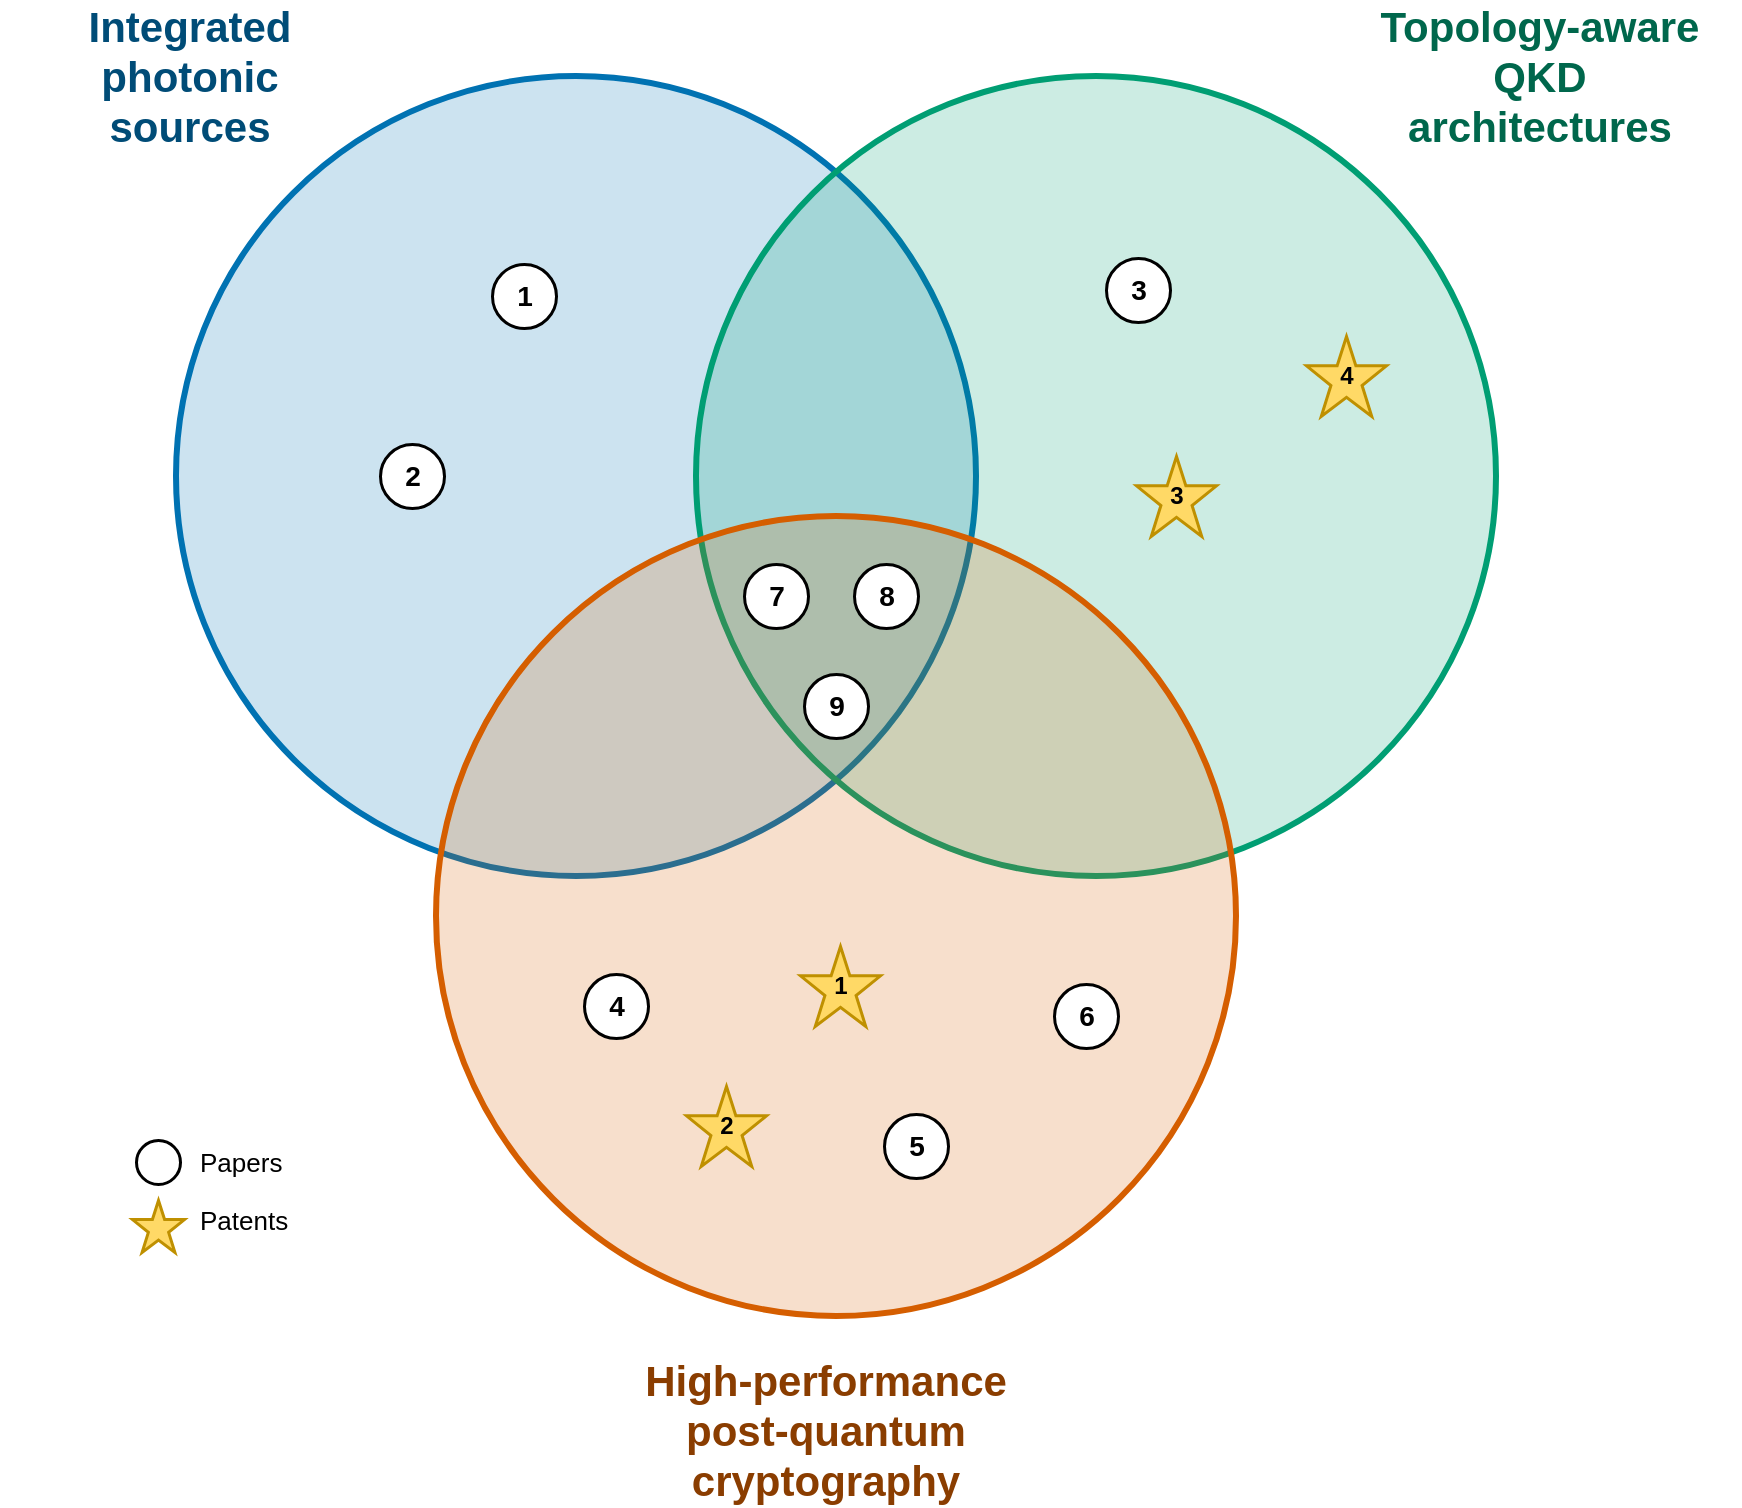
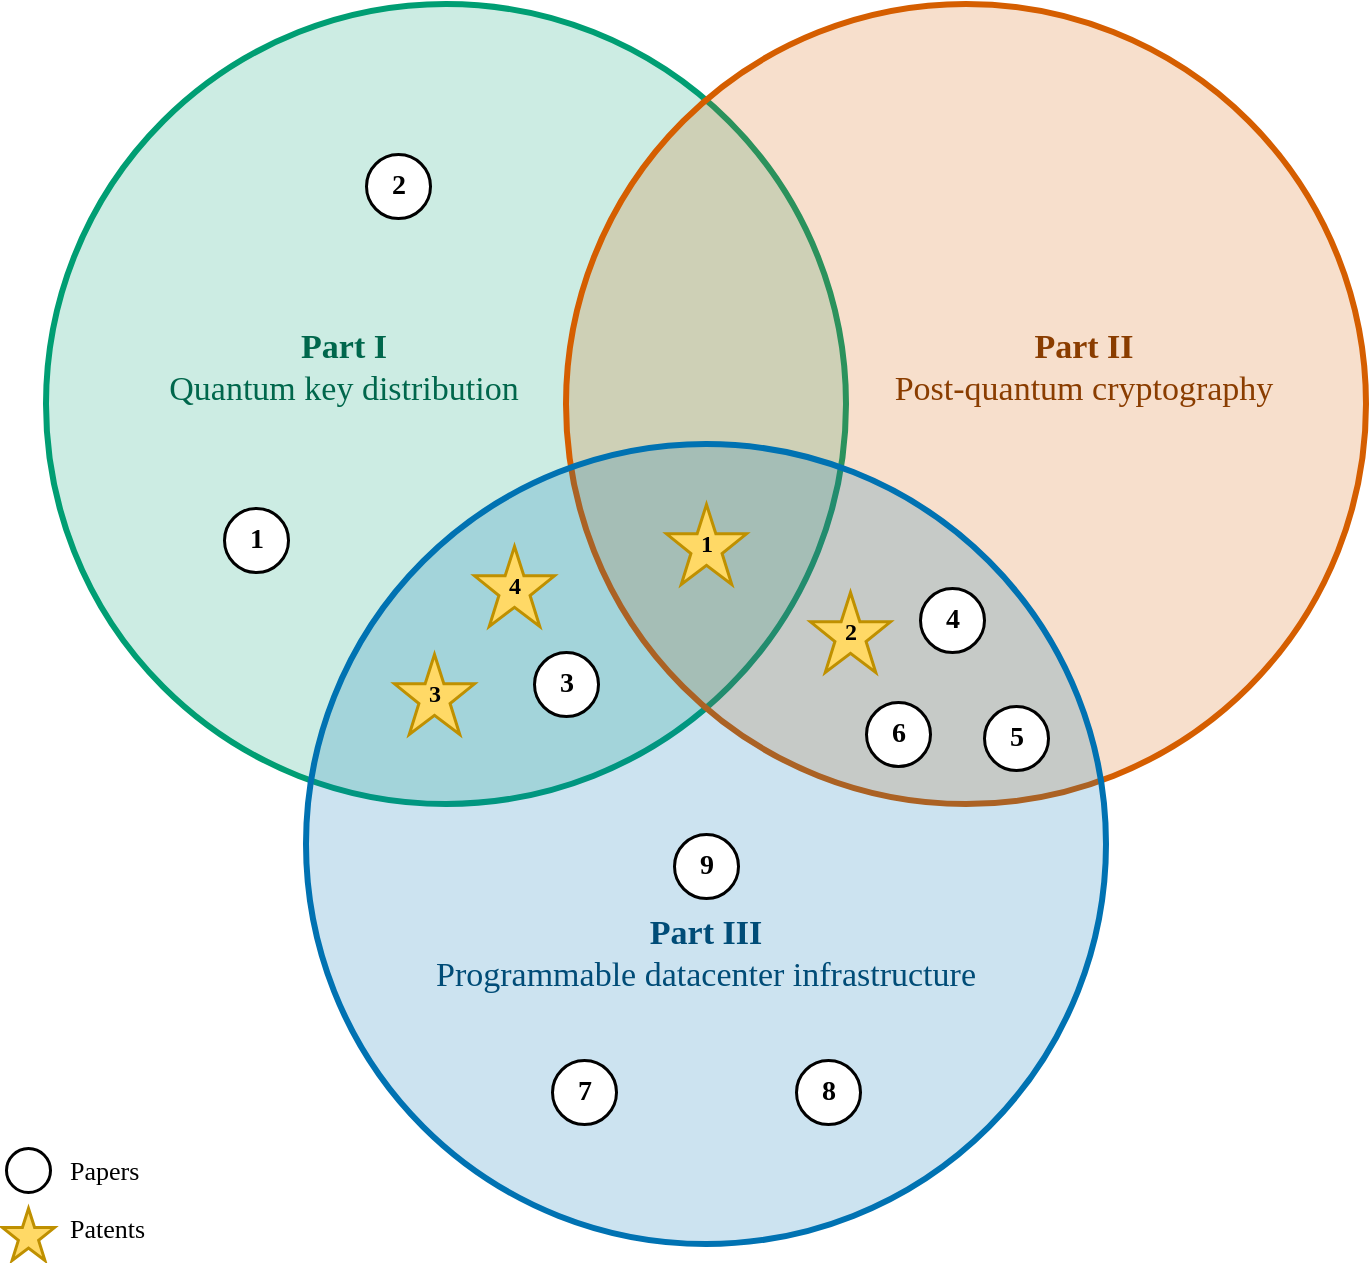
<mxfile host="65bd71144e">
-     <diagram name="pillar-venn" id="pillar-venn-1">
-         <mxGraphModel dx="704" dy="1200" grid="0" gridSize="10" guides="1" tooltips="1" connect="1" arrows="1" fold="1" page="1" pageScale="1" pageWidth="850" pageHeight="850" math="0" shadow="0">
+     <diagram name="pillar-venn-inside" id="pillar-venn-2">
+         <mxGraphModel dx="1398" dy="1200" grid="0" gridSize="10" guides="1" tooltips="1" connect="1" arrows="1" fold="1" page="1" pageScale="1" pageWidth="850" pageHeight="850" math="0" shadow="0">
            <root>
                <mxCell id="0"/>
                <mxCell id="1" parent="0"/>
-                 <mxCell id="circSrc" value="" style="ellipse;html=1;fillColor=#0072B2;fillOpacity=20;strokeColor=#0072B2;strokeWidth=3;" parent="1" vertex="1">
+                 <mxCell id="circQKD" value="" style="ellipse;html=1;fillColor=#009E73;fillOpacity=20;strokeColor=#009E73;strokeWidth=3;" parent="1" vertex="1">
                    <mxGeometry x="100" y="80" width="400" height="400" as="geometry"/>
                </mxCell>
-                 <mxCell id="circQKD" value="" style="ellipse;html=1;fillColor=#009E73;fillOpacity=20;strokeColor=#009E73;strokeWidth=3;" parent="1" vertex="1">
+                 <mxCell id="circPQC" value="" style="ellipse;html=1;fillColor=#D55E00;fillOpacity=20;strokeColor=#D55E00;strokeWidth=3;" parent="1" vertex="1">
                    <mxGeometry x="360" y="80" width="400" height="400" as="geometry"/>
                </mxCell>
-                 <mxCell id="circPQC" value="" style="ellipse;html=1;fillColor=#D55E00;fillOpacity=20;strokeColor=#D55E00;strokeWidth=3;" parent="1" vertex="1">
+                 <mxCell id="circInfra" value="" style="ellipse;html=1;fillColor=#0072B2;fillOpacity=20;strokeColor=#0072B2;strokeWidth=3;" vertex="1" parent="1">
                    <mxGeometry x="230" y="300" width="400" height="400" as="geometry"/>
                </mxCell>
-                 <mxCell id="titleSrc" value="Integrated photonic&#10;sources" style="text;html=1;align=center;verticalAlign=middle;fontStyle=1;fontSize=21;fontColor=#004C77;whiteSpace=wrap;letterSpacing=0.5;" parent="1" vertex="1">
-                     <mxGeometry x="12" y="55" width="190" height="50" as="geometry"/>
+                 <mxCell id="titleQKD" value="&lt;b&gt;Part I&lt;/b&gt;&#10;Quantum key distribution" style="text;html=1;align=center;verticalAlign=middle;fontStyle=0;fontSize=17;fontColor=#00674C;whiteSpace=wrap;letterSpacing=0.5;fontFamily=LMRoman10;" parent="1" vertex="1">
+                     <mxGeometry x="139" y="222" width="220" height="80" as="geometry"/>
                </mxCell>
-                 <mxCell id="titleQKD" value="Topology-aware QKD&#10;architectures" style="text;html=1;align=center;verticalAlign=middle;fontStyle=1;fontSize=21;fontColor=#00674C;whiteSpace=wrap;letterSpacing=0.5;" parent="1" vertex="1">
-                     <mxGeometry x="682" y="55" width="200" height="50" as="geometry"/>
+                 <mxCell id="titlePQC" value="&lt;b&gt;Part II&lt;/b&gt;&#10;Post-quantum cryptography" style="text;html=1;align=center;verticalAlign=middle;fontStyle=0;fontSize=17;fontColor=#8A3D00;whiteSpace=wrap;letterSpacing=0.5;fontFamily=LMRoman10;" parent="1" vertex="1">
+                     <mxGeometry x="509" y="222" width="220" height="80" as="geometry"/>
                </mxCell>
-                 <mxCell id="titlePQC" value="High-performance&#10;post-quantum cryptography" style="text;html=1;align=center;verticalAlign=middle;fontStyle=1;fontSize=21;fontColor=#8A3D00;whiteSpace=wrap;letterSpacing=0.5;" parent="1" vertex="1">
-                     <mxGeometry x="305" y="732" width="240" height="50" as="geometry"/>
+                 <mxCell id="titleInfra" value="&lt;b&gt;Part III&lt;/b&gt;&#10;Programmable datacenter infrastructure" style="text;html=1;align=center;verticalAlign=middle;fontStyle=0;fontSize=17;fontColor=#004C77;whiteSpace=wrap;letterSpacing=0.5;fontFamily=LMRoman10;" vertex="1" parent="1">
+                     <mxGeometry x="290" y="515" width="280" height="80" as="geometry"/>
                </mxCell>
-                 <mxCell id="m1" value="1" style="ellipse;html=1;fillColor=#FFFFFF;strokeColor=#000000;strokeWidth=1.5;fontStyle=1;fontSize=14;" parent="1" vertex="1">
-                     <mxGeometry x="258" y="174" width="32" height="32" as="geometry"/>
+                 <mxCell id="p1" value="1" style="ellipse;html=1;fillColor=#FFFFFF;strokeColor=#000000;strokeWidth=1.5;fontStyle=1;fontSize=14;fontFamily=LMRoman10;" vertex="1" parent="1">
+                     <mxGeometry x="189" y="332" width="32" height="32" as="geometry"/>
                </mxCell>
-                 <mxCell id="m2" value="2" style="ellipse;html=1;fillColor=#FFFFFF;strokeColor=#000000;strokeWidth=1.5;fontStyle=1;fontSize=14;" parent="1" vertex="1">
-                     <mxGeometry x="202" y="264" width="32" height="32" as="geometry"/>
+                 <mxCell id="p2" value="2" style="ellipse;html=1;fillColor=#FFFFFF;strokeColor=#000000;strokeWidth=1.5;fontStyle=1;fontSize=14;fontFamily=LMRoman10;" vertex="1" parent="1">
+                     <mxGeometry x="260" y="155" width="32" height="32" as="geometry"/>
                </mxCell>
-                 <mxCell id="m3" value="3" style="ellipse;html=1;fillColor=#FFFFFF;strokeColor=#000000;strokeWidth=1.5;fontStyle=1;fontSize=14;" parent="1" vertex="1">
-                     <mxGeometry x="565" y="171" width="32" height="32" as="geometry"/>
+                 <mxCell id="p3" value="3" style="ellipse;html=1;fillColor=#FFFFFF;strokeColor=#000000;strokeWidth=1.5;fontStyle=1;fontSize=14;fontFamily=LMRoman10;" vertex="1" parent="1">
+                     <mxGeometry x="344" y="404" width="32" height="32" as="geometry"/>
                </mxCell>
-                 <mxCell id="m4" value="4" style="ellipse;html=1;fillColor=#FFFFFF;strokeColor=#000000;strokeWidth=1.5;fontStyle=1;fontSize=14;" parent="1" vertex="1">
-                     <mxGeometry x="304" y="529" width="32" height="32" as="geometry"/>
+                 <mxCell id="p4" value="4" style="ellipse;html=1;fillColor=#FFFFFF;strokeColor=#000000;strokeWidth=1.5;fontStyle=1;fontSize=14;fontFamily=LMRoman10;" vertex="1" parent="1">
+                     <mxGeometry x="537" y="372" width="32" height="32" as="geometry"/>
                </mxCell>
-                 <mxCell id="m5" value="5" style="ellipse;html=1;fillColor=#FFFFFF;strokeColor=#000000;strokeWidth=1.5;fontStyle=1;fontSize=14;" parent="1" vertex="1">
-                     <mxGeometry x="454" y="599" width="32" height="32" as="geometry"/>
+                 <mxCell id="p5" value="5" style="ellipse;html=1;fillColor=#FFFFFF;strokeColor=#000000;strokeWidth=1.5;fontStyle=1;fontSize=14;fontFamily=LMRoman10;" vertex="1" parent="1">
+                     <mxGeometry x="569" y="431" width="32" height="32" as="geometry"/>
                </mxCell>
-                 <mxCell id="m6" value="6" style="ellipse;html=1;fillColor=#FFFFFF;strokeColor=#000000;strokeWidth=1.5;fontStyle=1;fontSize=14;" parent="1" vertex="1">
-                     <mxGeometry x="539" y="534" width="32" height="32" as="geometry"/>
+                 <mxCell id="p6" value="6" style="ellipse;html=1;fillColor=#FFFFFF;strokeColor=#000000;strokeWidth=1.5;fontStyle=1;fontSize=14;fontFamily=LMRoman10;" vertex="1" parent="1">
+                     <mxGeometry x="510" y="429" width="32" height="32" as="geometry"/>
                </mxCell>
-                 <mxCell id="m7" value="7" style="ellipse;html=1;fillColor=#FFFFFF;strokeColor=#000000;strokeWidth=1.5;fontStyle=1;fontSize=14;" parent="1" vertex="1">
-                     <mxGeometry x="384" y="324" width="32" height="32" as="geometry"/>
+                 <mxCell id="p7" value="7" style="ellipse;html=1;fillColor=#FFFFFF;strokeColor=#000000;strokeWidth=1.5;fontStyle=1;fontSize=14;fontFamily=LMRoman10;" vertex="1" parent="1">
+                     <mxGeometry x="353" y="608" width="32" height="32" as="geometry"/>
                </mxCell>
-                 <mxCell id="m8" value="8" style="ellipse;html=1;fillColor=#FFFFFF;strokeColor=#000000;strokeWidth=1.5;fontStyle=1;fontSize=14;" parent="1" vertex="1">
-                     <mxGeometry x="439" y="324" width="32" height="32" as="geometry"/>
+                 <mxCell id="p8" value="8" style="ellipse;html=1;fillColor=#FFFFFF;strokeColor=#000000;strokeWidth=1.5;fontStyle=1;fontSize=14;fontFamily=LMRoman10;" vertex="1" parent="1">
+                     <mxGeometry x="475" y="608" width="32" height="32" as="geometry"/>
                </mxCell>
-                 <mxCell id="m9" value="9" style="ellipse;html=1;fillColor=#FFFFFF;strokeColor=#000000;strokeWidth=1.5;fontStyle=1;fontSize=14;" parent="1" vertex="1">
-                     <mxGeometry x="414" y="379" width="32" height="32" as="geometry"/>
+                 <mxCell id="p9" value="9" style="ellipse;html=1;fillColor=#FFFFFF;strokeColor=#000000;strokeWidth=1.5;fontStyle=1;fontSize=14;fontFamily=LMRoman10;" vertex="1" parent="1">
+                     <mxGeometry x="414" y="495" width="32" height="32" as="geometry"/>
                </mxCell>
-                 <mxCell id="i1" value="1" style="shape=mxgraph.basic.star;html=1;fillColor=#FFD966;strokeColor=#BF9000;strokeWidth=1.5;fontStyle=1;fontSize=12;verticalLabelPosition=middle;verticalAlign=middle;" parent="1" vertex="1">
-                     <mxGeometry x="412" y="515" width="40" height="40" as="geometry"/>
+                 <mxCell id="s1" value="1" style="shape=mxgraph.basic.star;html=1;fillColor=#FFD966;strokeColor=#BF9000;strokeWidth=1.5;fontStyle=1;fontSize=12;verticalLabelPosition=middle;verticalAlign=middle;fontFamily=LMRoman10;" vertex="1" parent="1">
+                     <mxGeometry x="410" y="330" width="40" height="40" as="geometry"/>
                </mxCell>
-                 <mxCell id="i2" value="2" style="shape=mxgraph.basic.star;html=1;fillColor=#FFD966;strokeColor=#BF9000;strokeWidth=1.5;fontStyle=1;fontSize=12;verticalLabelPosition=middle;verticalAlign=middle;" parent="1" vertex="1">
-                     <mxGeometry x="355" y="585" width="40" height="40" as="geometry"/>
+                 <mxCell id="s2" value="2" style="shape=mxgraph.basic.star;html=1;fillColor=#FFD966;strokeColor=#BF9000;strokeWidth=1.5;fontStyle=1;fontSize=12;verticalLabelPosition=middle;verticalAlign=middle;fontFamily=LMRoman10;" vertex="1" parent="1">
+                     <mxGeometry x="482" y="374" width="40" height="40" as="geometry"/>
                </mxCell>
-                 <mxCell id="i3" value="3" style="shape=mxgraph.basic.star;html=1;fillColor=#FFD966;strokeColor=#BF9000;strokeWidth=1.5;fontStyle=1;fontSize=12;verticalLabelPosition=middle;verticalAlign=middle;" parent="1" vertex="1">
-                     <mxGeometry x="580" y="270" width="40" height="40" as="geometry"/>
+                 <mxCell id="s3" value="3" style="shape=mxgraph.basic.star;html=1;fillColor=#FFD966;strokeColor=#BF9000;strokeWidth=1.5;fontStyle=1;fontSize=12;verticalLabelPosition=middle;verticalAlign=middle;fontFamily=LMRoman10;" vertex="1" parent="1">
+                     <mxGeometry x="274" y="405" width="40" height="40" as="geometry"/>
                </mxCell>
-                 <mxCell id="i4" value="4" style="shape=mxgraph.basic.star;html=1;fillColor=#FFD966;strokeColor=#BF9000;strokeWidth=1.5;fontStyle=1;fontSize=12;verticalLabelPosition=middle;verticalAlign=middle;" parent="1" vertex="1">
-                     <mxGeometry x="665" y="210" width="40" height="40" as="geometry"/>
+                 <mxCell id="s4" value="4" style="shape=mxgraph.basic.star;html=1;fillColor=#FFD966;strokeColor=#BF9000;strokeWidth=1.5;fontStyle=1;fontSize=12;verticalLabelPosition=middle;verticalAlign=middle;fontFamily=LMRoman10;" vertex="1" parent="1">
+                     <mxGeometry x="314" y="351" width="40" height="40" as="geometry"/>
                </mxCell>
                <mxCell id="legPaper" value="" style="ellipse;html=1;fillColor=#FFFFFF;strokeColor=#000000;strokeWidth=1.5;" parent="1" vertex="1">
-                     <mxGeometry x="80" y="612" width="22" height="22" as="geometry"/>
+                     <mxGeometry x="80" y="652" width="22" height="22" as="geometry"/>
                </mxCell>
-                 <mxCell id="legPaperTxt" value="Papers" style="text;html=1;align=left;verticalAlign=middle;fontSize=13;" parent="1" vertex="1">
-                     <mxGeometry x="110" y="612" width="120" height="22" as="geometry"/>
+                 <mxCell id="legPaperTxt" value="Papers" style="text;html=1;align=left;verticalAlign=middle;fontSize=13;fontFamily=LMRoman10;" parent="1" vertex="1">
+                     <mxGeometry x="110" y="652" width="120" height="22" as="geometry"/>
                </mxCell>
                <mxCell id="legPatent" value="" style="shape=mxgraph.basic.star;html=1;fillColor=#FFD966;strokeColor=#BF9000;strokeWidth=1.5;" parent="1" vertex="1">
-                     <mxGeometry x="78" y="642" width="26" height="26" as="geometry"/>
+                     <mxGeometry x="78" y="682" width="26" height="26" as="geometry"/>
                </mxCell>
-                 <mxCell id="legPatentTxt" value="Patents" style="text;html=1;align=left;verticalAlign=middle;fontSize=13;" parent="1" vertex="1">
-                     <mxGeometry x="110" y="641" width="120" height="22" as="geometry"/>
+                 <mxCell id="legPatentTxt" value="Patents" style="text;html=1;align=left;verticalAlign=middle;fontSize=13;fontFamily=LMRoman10;" parent="1" vertex="1">
+                     <mxGeometry x="110" y="681" width="120" height="22" as="geometry"/>
                </mxCell>
            </root>
        </mxGraphModel>
    </diagram>
</mxfile>